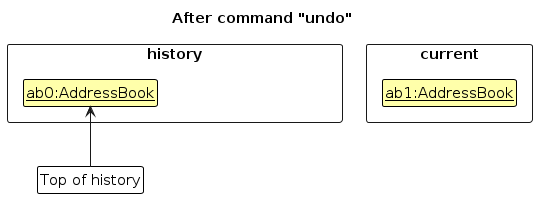
Earlier version of the PlantUML export diagrams/UndoRedoState3.png (AY2627S1-CS2103T-T08-4/tp). Its source is kept beside it as diagrams/UndoRedoState3.puml.
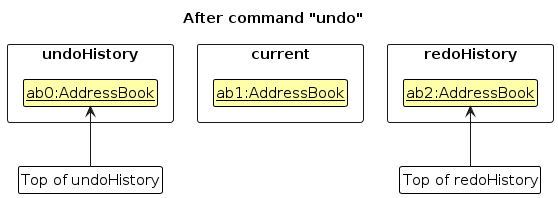
After the commit.

What changed in the source:
```diff
@@ -6,20 +6,24 @@
 
 title After command "undo"
 
-package "history" <<rectangle>> {
-    class H1 as "<u>ab0:AddressBook</u>"
-    class H2 as "<u>abX:AddressBook</u>"
+package "undoHistory" <<rectangle>> {
+    class U1 as "<u>ab0:AddressBook</u>"
 }
-
-H1 -[hidden]right-> H2
-hide H2
 
 package "current" <<rectangle>> {
     class Current as "<u>ab1:AddressBook</u>"
 }
 
-H2 -[hidden]right-> Current
+package "redoHistory" <<rectangle>> {
+    class R1 as "<u>ab2:AddressBook</u>"
+}
 
-class Top as "Top of history" #FFFFFF
-Top -up-> H1
+U1 -[hidden]right-> Current
+Current -[hidden]right-> R1
+
+class UndoTop as "Top of undoHistory" #FFFFFF
+UndoTop -up-> U1
+
+class RedoTop as "Top of redoHistory" #FFFFFF
+RedoTop -up-> R1
 @enduml
```
